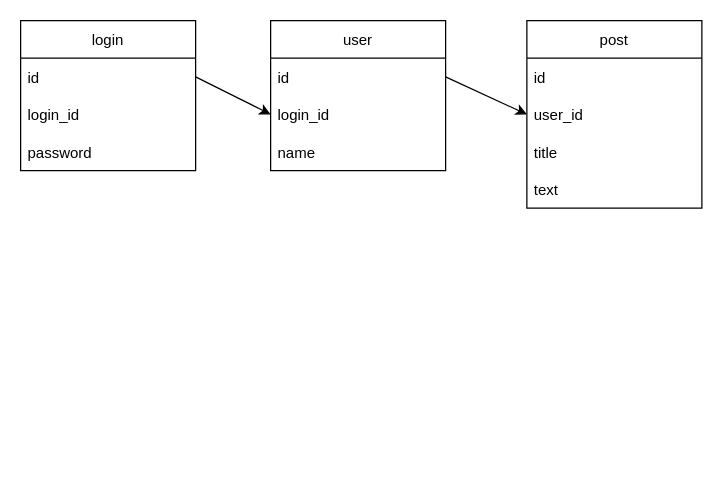
Above: DB/KhowlwdgeClowd.dio in P-boeleni/knowledgecloud (draw.io), before the change. Source tidied: cells renumbered, new cells numbered last; positions are measured from the earlier drawing's top-left corner, leaving out a move shared by most shapes. Both pictures are drawn from the tidied source at 125%, with x=0, y=0 at pixel (20, 20).
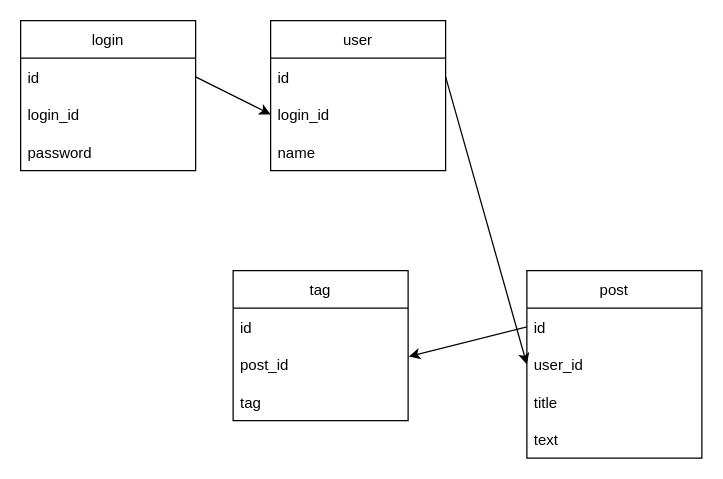
After the change.

The change refers to these unchanged cells:
```xml
<mxCell id="12" value="id" style="text;strokeColor=none;fillColor=none;align=left;verticalAlign=middle;spacingLeft=4;spacingRight=4;overflow=hidden;points=[[0,0.5],[1,0.5]];portConstraint=eastwest;" parent="11" vertex="1">
  <mxGeometry y="30" width="140" height="30" as="geometry" />
</mxCell>
```

Diff of the diagram source:
```diff
@@
     <mxCell id="11" value="post" style="swimlane;fontStyle=0;horizontal=1;startSize=30;" parent="1" vertex="1">
-      <mxGeometry x="405" width="140" height="150" as="geometry" />
+      <mxGeometry x="405" y="200" width="140" height="150" as="geometry" />
     </mxCell>
@@
+    <mxCell id="17" value="tag" style="swimlane;fontStyle=0;horizontal=1;startSize=30;" parent="1" vertex="1">
+      <mxGeometry x="170" y="200" width="140" height="120" as="geometry" />
+    </mxCell>
+    <mxCell id="18" value="id" style="text;strokeColor=none;fillColor=none;align=left;verticalAlign=middle;spacingLeft=4;spacingRight=4;overflow=hidden;" parent="17" vertex="1">
+      <mxGeometry y="30" width="140" height="30" as="geometry" />
+    </mxCell>
+    <mxCell id="19" value="post_id" style="text;strokeColor=none;fillColor=none;align=left;verticalAlign=middle;spacingLeft=4;spacingRight=4;overflow=hidden;points=[[0,0.5],[1,0.5]];portConstraint=eastwest;" parent="17" vertex="1">
+      <mxGeometry y="60" width="140" height="30" as="geometry" />
+    </mxCell>
+    <mxCell id="20" value="tag" style="text;strokeColor=none;fillColor=none;align=left;verticalAlign=middle;spacingLeft=4;spacingRight=4;overflow=hidden;" parent="17" vertex="1">
+      <mxGeometry y="90" width="140" height="30" as="geometry" />
+    </mxCell>
+    <mxCell id="21" style="edgeStyle=none;html=1;exitX=0;exitY=0.5;exitDx=0;exitDy=0;entryX=1.004;entryY=0.289;entryDx=0;entryDy=0;entryPerimeter=0;" parent="1" edge="1" source="12" target="19">
+      <mxGeometry relative="1" as="geometry" />
+    </mxCell>
```
